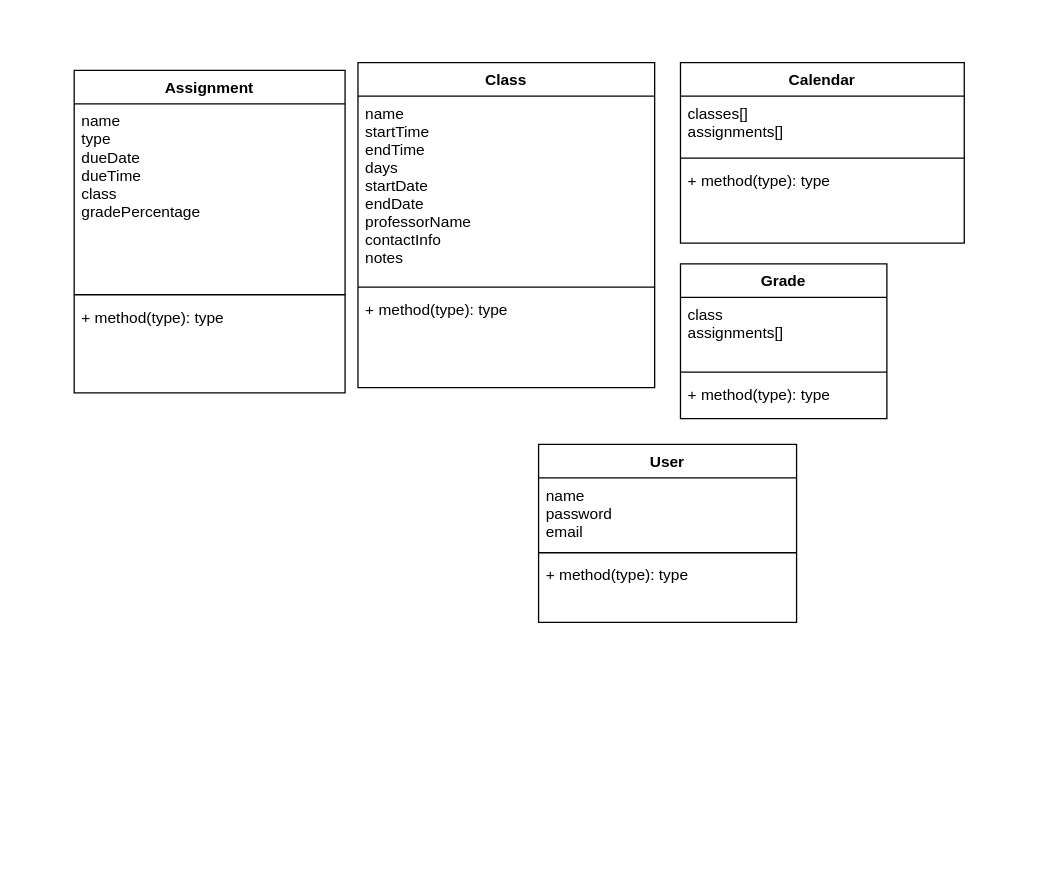
Before: StructuralDiagram.drawio in Spencer-Ross/Planner-SRS, a draw.io diagram. Source tidied: cells renumbered, new cells numbered last; positions are measured from the earlier drawing's top-left corner, leaving out a move shared by most shapes. Both pictures are drawn from the tidied source at 129%, with x=0, y=0 at pixel (74, 62).
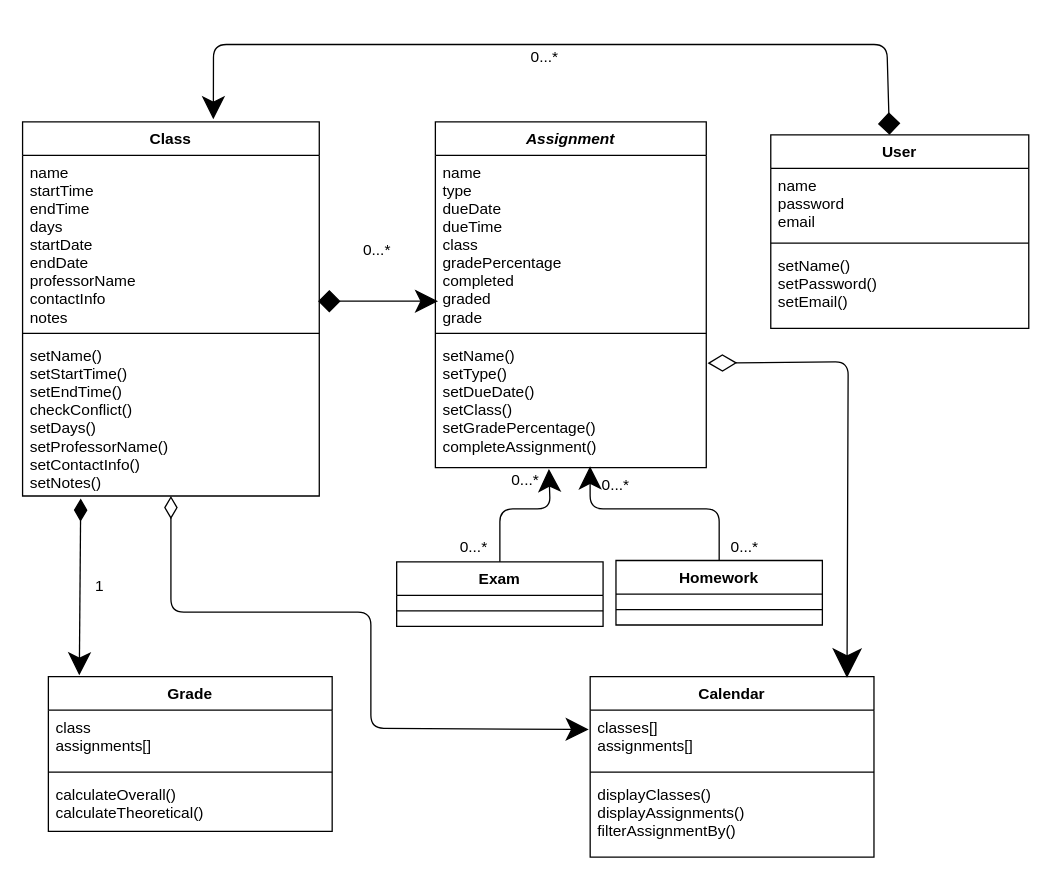
The same diagram, later.

Unchanged cells that the change refers to:
```xml
<mxCell id="19" value="classes[]&#10;assignments[]&#10;" style="text;strokeColor=none;fillColor=none;align=left;verticalAlign=top;spacingLeft=4;spacingRight=4;overflow=hidden;points=[[0,0.5],[1,0.5]];portConstraint=eastwest;" parent="18" vertex="1">
  <mxGeometry y="26" width="220" height="44" as="geometry" />
</mxCell>
```

What changed in the source:
```diff
@@
     <mxCell id="2" value="Class&#10;" style="swimlane;fontStyle=1;align=center;verticalAlign=top;horizontal=1;startSize=26;" parent="1" vertex="1">
-      <mxGeometry x="220" width="230" height="252" as="geometry" />
+      <mxGeometry x="-40" y="46" width="230" height="290" as="geometry" />
     </mxCell>
     <mxCell id="3" value="name&#10;startTime&#10;endTime&#10;days&#10;startDate&#10;endDate&#10;professorName&#10;contactInfo&#10;notes&#10;&#10;&#10;" style="text;strokeColor=none;fillColor=none;align=left;verticalAlign=top;spacingLeft=4;spacingRight=4;overflow=hidden;points=[[0,0.5],[1,0.5]];portConstraint=eastwest;" parent="2" vertex="1">
-      <mxGeometry y="26" width="230" height="144" as="geometry" />
+      <mxGeometry y="26" width="230" height="134" as="geometry" />
     </mxCell>
     <mxCell id="4" style="line;strokeWidth=1;fillColor=none;align=left;verticalAlign=middle;spacingTop=-1;spacingLeft=3;spacingRight=3;labelPosition=right;" parent="2" vertex="1">
-      <mxGeometry y="170" width="230" height="8" as="geometry" />
+      <mxGeometry y="160" width="230" height="8" as="geometry" />
     </mxCell>
-    <mxCell id="5" value="+ method(type): type" style="text;strokeColor=none;fillColor=none;align=left;verticalAlign=top;spacingLeft=4;spacingRight=4;overflow=hidden;points=[[0,0.5],[1,0.5]];portConstraint=eastwest;" parent="2" vertex="1">
-      <mxGeometry y="178" width="230" height="74" as="geometry" />
+    <mxCell id="5" value="setName()&#10;setStartTime()&#10;setEndTime()&#10;checkConflict()&#10;setDays()&#10;setProfessorName()&#10;setContactInfo()&#10;setNotes()&#10;" style="text;strokeColor=none;fillColor=none;align=left;verticalAlign=top;spacingLeft=4;spacingRight=4;overflow=hidden;points=[[0,0.5],[1,0.5]];portConstraint=eastwest;" parent="2" vertex="1">
+      <mxGeometry y="168" width="230" height="122" as="geometry" />
     </mxCell>
-    <mxCell id="6" value="Assignment" style="swimlane;fontStyle=1;align=center;verticalAlign=top;horizontal=1;startSize=26;" parent="1" vertex="1">
-      <mxGeometry y="6" width="210" height="250" as="geometry" />
+    <mxCell id="6" value="Assignment" style="swimlane;fontStyle=3;align=center;verticalAlign=top;horizontal=1;startSize=26;" parent="1" vertex="1">
+      <mxGeometry x="280" y="46" width="210" height="268" as="geometry" />
     </mxCell>
-    <mxCell id="7" value="name&#10;type&#10;dueDate&#10;dueTime&#10;class&#10;gradePercentage&#10;" style="text;strokeColor=none;fillColor=none;align=left;verticalAlign=top;spacingLeft=4;spacingRight=4;overflow=hidden;points=[[0,0.5],[1,0.5]];portConstraint=eastwest;" parent="6" vertex="1">
-      <mxGeometry y="26" width="210" height="144" as="geometry" />
+    <mxCell id="7" value="name&#10;type&#10;dueDate&#10;dueTime&#10;class&#10;gradePercentage&#10;completed&#10;graded&#10;grade&#10;&#10;&#10;&#10;" style="text;strokeColor=none;fillColor=none;align=left;verticalAlign=top;spacingLeft=4;spacingRight=4;overflow=hidden;points=[[0,0.5],[1,0.5]];portConstraint=eastwest;" parent="6" vertex="1">
+      <mxGeometry y="26" width="210" height="134" as="geometry" />
     </mxCell>
     <mxCell id="8" style="line;strokeWidth=1;fillColor=none;align=left;verticalAlign=middle;spacingTop=-1;spacingLeft=3;spacingRight=3;labelPosition=right;" parent="6" vertex="1">
-      <mxGeometry y="170" width="210" height="8" as="geometry" />
+      <mxGeometry y="160" width="210" height="8" as="geometry" />
     </mxCell>
-    <mxCell id="9" value="+ method(type): type" style="text;strokeColor=none;fillColor=none;align=left;verticalAlign=top;spacingLeft=4;spacingRight=4;overflow=hidden;points=[[0,0.5],[1,0.5]];portConstraint=eastwest;" parent="6" vertex="1">
-      <mxGeometry y="178" width="210" height="72" as="geometry" />
+    <mxCell id="9" value="setName()&#10;setType()&#10;setDueDate()&#10;setClass()&#10;setGradePercentage()&#10;completeAssignment()&#10;&#10;&#10;&#10;&#10;&#10;" style="text;strokeColor=none;fillColor=none;align=left;verticalAlign=top;spacingLeft=4;spacingRight=4;overflow=hidden;points=[[0,0.5],[1,0.5]];portConstraint=eastwest;" parent="6" vertex="1">
+      <mxGeometry y="168" width="210" height="100" as="geometry" />
     </mxCell>
     <mxCell id="10" value="User" style="swimlane;fontStyle=1;align=center;verticalAlign=top;horizontal=1;startSize=26;" parent="1" vertex="1">
-      <mxGeometry x="360" y="296" width="200" height="138" as="geometry" />
+      <mxGeometry x="540" y="56" width="200" height="150" as="geometry" />
     </mxCell>
@@
-    <mxCell id="13" value="+ method(type): type" style="text;strokeColor=none;fillColor=none;align=left;verticalAlign=top;spacingLeft=4;spacingRight=4;overflow=hidden;" parent="10" vertex="1">
-      <mxGeometry y="88" width="200" height="50" as="geometry" />
+    <mxCell id="13" value="setName()&#10;setPassword()&#10;setEmail()&#10;" style="text;strokeColor=none;fillColor=none;align=left;verticalAlign=top;spacingLeft=4;spacingRight=4;overflow=hidden;" parent="10" vertex="1">
+      <mxGeometry y="88" width="200" height="62" as="geometry" />
     </mxCell>
     <mxCell id="14" value="Grade" style="swimlane;fontStyle=1;align=center;verticalAlign=top;horizontal=1;startSize=26;" parent="1" vertex="1">
-      <mxGeometry x="470" y="156" width="160" height="120" as="geometry" />
+      <mxGeometry x="-20" y="476" width="220" height="120" as="geometry" />
     </mxCell>
     <mxCell id="15" value="class&#10;assignments[]&#10;" style="text;strokeColor=none;fillColor=none;align=left;verticalAlign=top;spacingLeft=4;spacingRight=4;overflow=hidden;" parent="14" vertex="1">
-      <mxGeometry y="26" width="160" height="54" as="geometry" />
+      <mxGeometry y="26" width="220" height="44" as="geometry" />
     </mxCell>
     <mxCell id="16" style="line;strokeWidth=1;fillColor=none;align=left;verticalAlign=middle;spacingTop=-1;spacingLeft=3;spacingRight=3;labelPosition=right;" parent="14" vertex="1">
-      <mxGeometry y="80" width="160" height="8" as="geometry" />
+      <mxGeometry y="70" width="220" height="8" as="geometry" />
     </mxCell>
-    <mxCell id="17" value="+ method(type): type" style="text;strokeColor=none;fillColor=none;align=left;verticalAlign=top;spacingLeft=4;spacingRight=4;overflow=hidden;" parent="14" vertex="1">
-      <mxGeometry y="88" width="160" height="32" as="geometry" />
+    <mxCell id="17" value="calculateOverall()&#10;calculateTheoretical()&#10;" style="text;strokeColor=none;fillColor=none;align=left;verticalAlign=top;spacingLeft=4;spacingRight=4;overflow=hidden;" parent="14" vertex="1">
+      <mxGeometry y="78" width="220" height="42" as="geometry" />
     </mxCell>
     <mxCell id="18" value="Calendar" style="swimlane;fontStyle=1;align=center;verticalAlign=top;horizontal=1;startSize=26;" parent="1" vertex="1">
-      <mxGeometry x="470" width="220" height="140" as="geometry" />
+      <mxGeometry x="400" y="476" width="220" height="140" as="geometry" />
     </mxCell>
@@
-    <mxCell id="21" value="+ method(type): type" style="text;strokeColor=none;fillColor=none;align=left;verticalAlign=top;spacingLeft=4;spacingRight=4;overflow=hidden;" parent="18" vertex="1">
+    <mxCell id="21" value="displayClasses()&#10;displayAssignments()&#10;filterAssignmentBy()&#10;" style="text;strokeColor=none;fillColor=none;align=left;verticalAlign=top;spacingLeft=4;spacingRight=4;overflow=hidden;" parent="18" vertex="1">
       <mxGeometry y="78" width="220" height="62" as="geometry" />
     </mxCell>
+    <mxCell id="22" value="Exam" style="swimlane;fontStyle=1;align=center;verticalAlign=top;horizontal=1;startSize=26;" parent="1" vertex="1">
+      <mxGeometry x="250" y="387" width="160" height="50" as="geometry" />
+    </mxCell>
+    <mxCell id="23" style="line;strokeWidth=1;fillColor=none;align=left;verticalAlign=middle;spacingTop=-1;spacingLeft=3;spacingRight=3;labelPosition=right;" parent="22" vertex="1">
+      <mxGeometry y="26" width="160" height="24" as="geometry" />
+    </mxCell>
+    <mxCell id="24" value="Homework" style="swimlane;fontStyle=1;align=center;verticalAlign=top;horizontal=1;startSize=26;" parent="1" vertex="1">
+      <mxGeometry x="420" y="386" width="160" height="50" as="geometry" />
+    </mxCell>
+    <mxCell id="25" style="line;strokeWidth=1;fillColor=none;align=left;verticalAlign=middle;spacingTop=-1;spacingLeft=3;spacingRight=3;labelPosition=right;" parent="24" vertex="1">
+      <mxGeometry y="26" width="160" height="24" as="geometry" />
+    </mxCell>
+    <mxCell id="26" style="endArrow=classic;html=1;entryX=0.571;entryY=0.99;entryDx=0;entryDy=0;entryPerimeter=0;exitX=0.5;exitY=0;exitDx=0;exitDy=0;endSize=15;" parent="1" edge="1" source="24" target="9">
+      <mxGeometry relative="1" as="geometry">
+        <Array as="points">
+          <mxPoint x="500" y="346" />
+          <mxPoint x="400" y="346" />
+        </Array>
+      </mxGeometry>
+    </mxCell>
+    <mxCell id="27" style="endArrow=classic;html=1;exitX=0.5;exitY=0;exitDx=0;exitDy=0;entryX=0.419;entryY=1.01;entryDx=0;entryDy=0;entryPerimeter=0;endSize=15;startSize=15;" parent="1" edge="1" source="22" target="9">
+      <mxGeometry relative="1" as="geometry">
+        <Array as="points">
+          <mxPoint x="330" y="346" />
+          <mxPoint x="369" y="346" />
+        </Array>
+      </mxGeometry>
+    </mxCell>
+    <mxCell id="28" value="0...*" style="text;html=1;strokeColor=none;fillColor=none;align=center;verticalAlign=middle;whiteSpace=wrap;rounded=0;" parent="1" vertex="1">
+      <mxGeometry x="400" y="318" width="40" height="20" as="geometry" />
+    </mxCell>
+    <mxCell id="29" value="0...*" style="text;html=1;strokeColor=none;fillColor=none;align=center;verticalAlign=middle;whiteSpace=wrap;rounded=0;" parent="1" vertex="1">
+      <mxGeometry x="500" y="366" width="40" height="20" as="geometry" />
+    </mxCell>
+    <mxCell id="30" value="0...*" style="text;html=1;strokeColor=none;fillColor=none;align=center;verticalAlign=middle;whiteSpace=wrap;rounded=0;" parent="1" vertex="1">
+      <mxGeometry x="290" y="366" width="40" height="20" as="geometry" />
+    </mxCell>
+    <mxCell id="31" value="0...*" style="text;html=1;strokeColor=none;fillColor=none;align=center;verticalAlign=middle;whiteSpace=wrap;rounded=0;" parent="1" vertex="1">
+      <mxGeometry x="330" y="314" width="40" height="20" as="geometry" />
+    </mxCell>
+    <mxCell id="32" style="endArrow=classic;html=1;endFill=1;startArrow=diamond;startFill=1;entryX=0.01;entryY=0.843;entryDx=0;entryDy=0;entryPerimeter=0;exitX=0.996;exitY=0.843;exitDx=0;exitDy=0;exitPerimeter=0;strokeWidth=1;endSize=15;startSize=15;" parent="1" edge="1" source="3" target="7">
+      <mxGeometry relative="1" as="geometry" />
+    </mxCell>
+    <mxCell id="33" value="0...*" style="text;html=1;strokeColor=none;fillColor=none;align=center;verticalAlign=middle;whiteSpace=wrap;rounded=0;" parent="1" vertex="1">
+      <mxGeometry x="215" y="136" width="40" height="20" as="geometry" />
+    </mxCell>
+    <mxCell id="34" style="endArrow=classic;html=1;entryX=0.643;entryY=-0.007;entryDx=0;entryDy=0;entryPerimeter=0;startArrow=diamond;startFill=1;endSize=15;startSize=15;exitX=0.46;exitY=0;exitDx=0;exitDy=0;exitPerimeter=0;" parent="1" edge="1" source="10" target="2">
+      <mxGeometry relative="1" as="geometry">
+        <Array as="points">
+          <mxPoint x="630" y="-14" />
+          <mxPoint x="108" y="-14" />
+        </Array>
+      </mxGeometry>
+    </mxCell>
+    <mxCell id="35" value="0...*" style="text;html=1;strokeColor=none;fillColor=none;align=center;verticalAlign=middle;whiteSpace=wrap;rounded=0;" parent="1" vertex="1">
+      <mxGeometry x="345" y="-14" width="40" height="20" as="geometry" />
+    </mxCell>
+    <mxCell id="36" style="endArrow=classic;html=1;exitX=0.196;exitY=1.016;exitDx=0;exitDy=0;exitPerimeter=0;entryX=0.109;entryY=-0.008;entryDx=0;entryDy=0;entryPerimeter=0;startArrow=diamondThin;startFill=1;endFill=1;endSize=15;startSize=15;" parent="1" edge="1" source="5" target="14">
+      <mxGeometry relative="1" as="geometry" />
+    </mxCell>
+    <mxCell id="37" value="1" style="text;html=1;strokeColor=none;fillColor=none;align=center;verticalAlign=middle;whiteSpace=wrap;rounded=0;" parent="1" vertex="1">
+      <mxGeometry y="396" width="40" height="20" as="geometry" />
+    </mxCell>
+    <mxCell id="38" style="endArrow=diamondThin;html=1;exitX=-0.005;exitY=0.341;exitDx=0;exitDy=0;exitPerimeter=0;startArrow=classic;startFill=1;endFill=0;endSize=15;startSize=15;" parent="1" edge="1" source="19" target="5">
+      <mxGeometry relative="1" as="geometry">
+        <Array as="points">
+          <mxPoint x="230" y="516" />
+          <mxPoint x="230" y="426" />
+          <mxPoint x="75" y="426" />
+        </Array>
+      </mxGeometry>
+    </mxCell>
+    <mxCell id="39" style="endArrow=classic;html=1;exitX=1.005;exitY=0.19;exitDx=0;exitDy=0;exitPerimeter=0;entryX=0.905;entryY=0.007;entryDx=0;entryDy=0;entryPerimeter=0;endFill=1;startArrow=diamondThin;startFill=0;targetPerimeterSpacing=10;endSize=20;startSize=20;" parent="1" edge="1" source="9" target="18">
+      <mxGeometry relative="1" as="geometry">
+        <Array as="points">
+          <mxPoint x="600" y="232" />
+        </Array>
+      </mxGeometry>
+    </mxCell>
```
